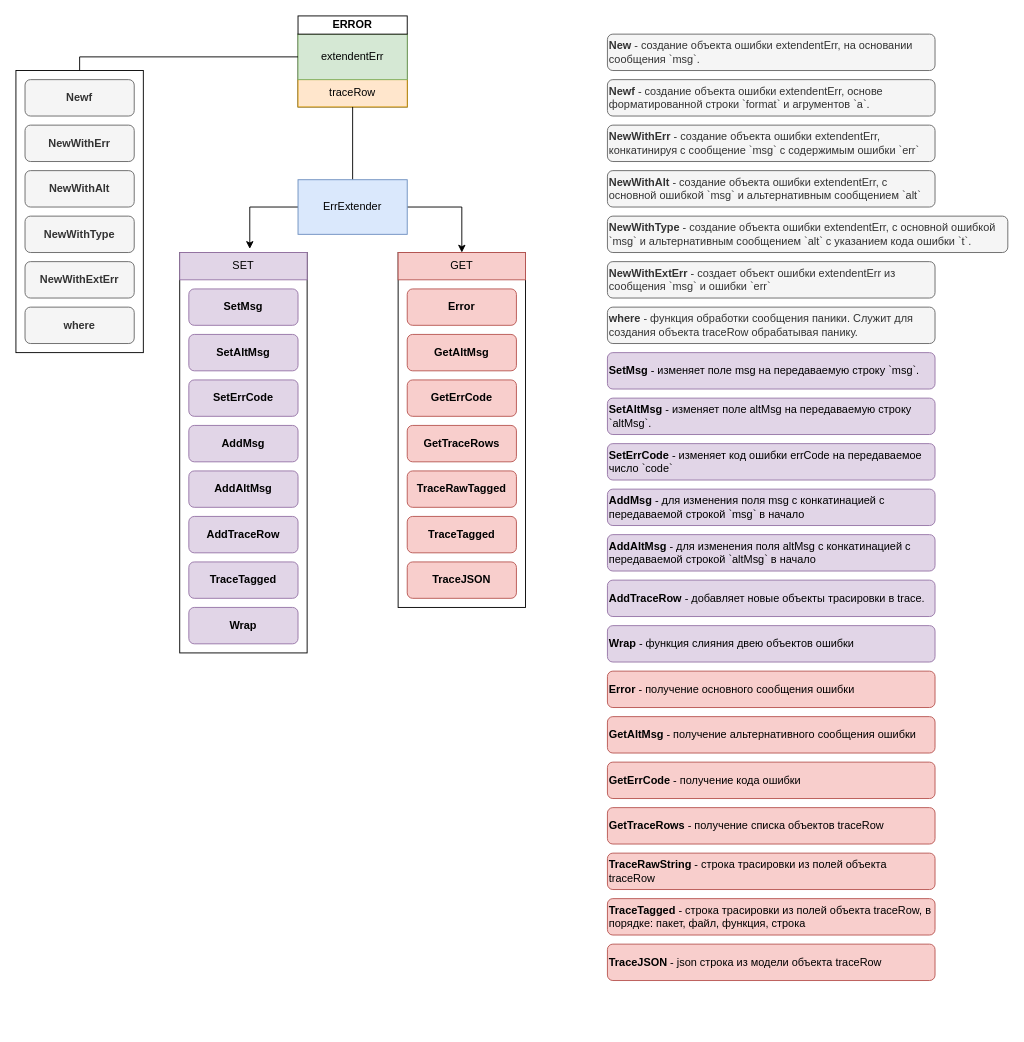
This is doc/Diagram.drawio from alexmolinanasaev/exterr, a draw.io file, before an edit. Source tidied: cells renumbered, new cells numbered last; positions are measured from the earlier drawing's top-left corner, leaving out a move shared by most shapes. Both pictures are drawn from the tidied source at 91%, with x=0, y=0 at pixel (15, 15).
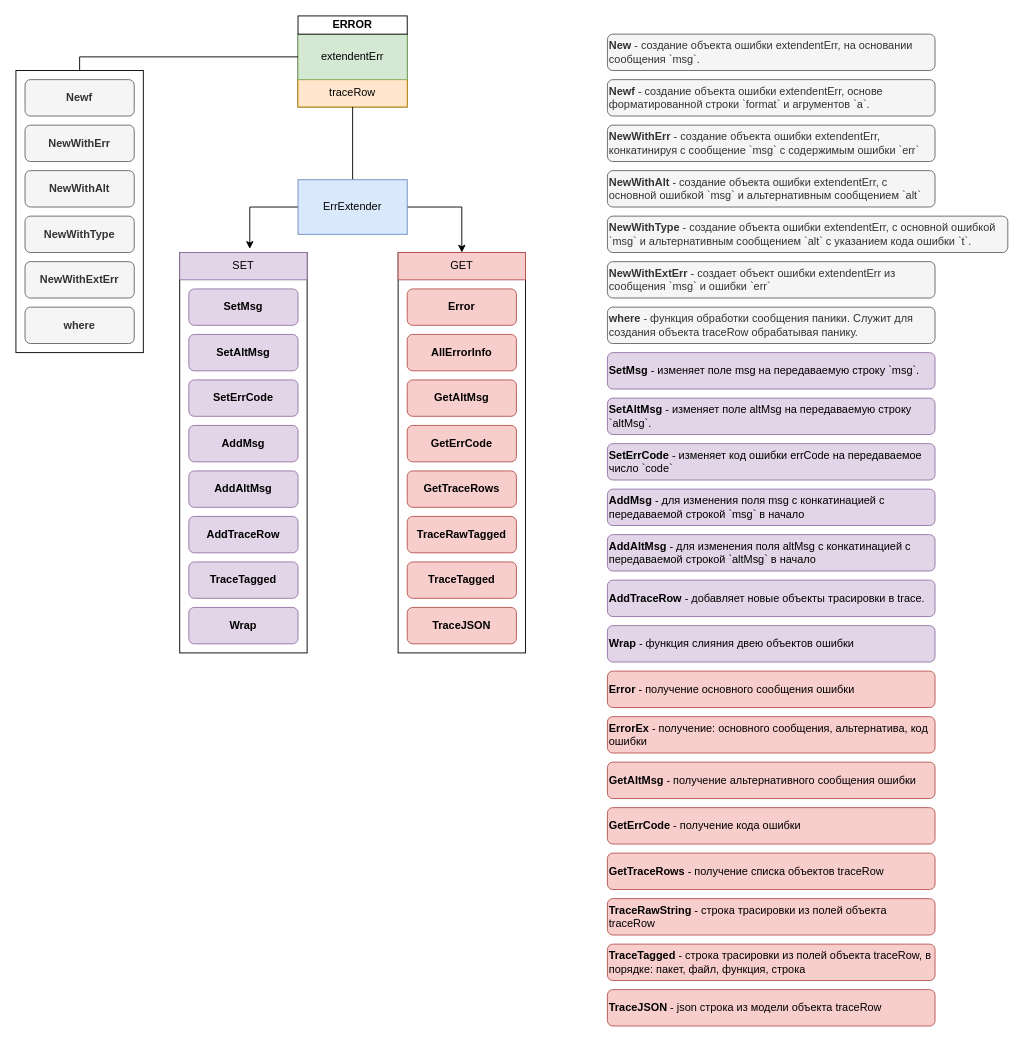
Above is the later version.

What changed in the source:
```diff
@@
     <mxCell id="2" style="rounded=0;whiteSpace=wrap;html=1;" parent="1" vertex="1">
-      <mxGeometry x="420" y="260" width="140" height="390" as="geometry" />
+      <mxGeometry x="420" y="260" width="140" height="440" as="geometry" />
     </mxCell>
@@
     <mxCell id="23" value="GetAltMsg" style="rounded=1;whiteSpace=wrap;html=1;fontStyle=1;fillColor=#f8cecc;strokeColor=#b85450;" parent="1" vertex="1">
-      <mxGeometry x="430" y="350" width="120" height="40" as="geometry" />
+      <mxGeometry x="430" y="400" width="120" height="40" as="geometry" />
     </mxCell>
     <mxCell id="24" value="GetErrCode" style="rounded=1;whiteSpace=wrap;html=1;fontStyle=1;fillColor=#f8cecc;strokeColor=#b85450;" parent="1" vertex="1">
-      <mxGeometry x="430" y="400" width="120" height="40" as="geometry" />
+      <mxGeometry x="430" y="450" width="120" height="40" as="geometry" />
     </mxCell>
     <mxCell id="25" value="GetTraceRows" style="rounded=1;whiteSpace=wrap;html=1;fontStyle=1;fillColor=#f8cecc;strokeColor=#b85450;" parent="1" vertex="1">
-      <mxGeometry x="430" y="450" width="120" height="40" as="geometry" />
+      <mxGeometry x="430" y="500" width="120" height="40" as="geometry" />
     </mxCell>
@@
     <mxCell id="42" value="TraceTagged&lt;span style=&quot;font-weight: normal&quot;&gt;&amp;nbsp;- строка трасировки из полей объекта traceRow, в порядке: пакет, файл, функция, строка&amp;nbsp;&lt;/span&gt;" style="rounded=1;whiteSpace=wrap;html=1;fontStyle=1;fillColor=#f8cecc;strokeColor=#b85450;align=left;" parent="1" vertex="1">
-      <mxGeometry x="650" y="970" width="360" height="40" as="geometry" />
+      <mxGeometry x="650" y="1020" width="360" height="40" as="geometry" />
     </mxCell>
     <mxCell id="43" value="TraceJSON &lt;span style=&quot;font-weight: normal&quot;&gt;- json строка из модели объекта traceRow&lt;/span&gt;" style="rounded=1;whiteSpace=wrap;html=1;fontStyle=1;fillColor=#f8cecc;strokeColor=#b85450;align=left;" parent="1" vertex="1">
-      <mxGeometry x="650" y="1020" width="360" height="40" as="geometry" />
+      <mxGeometry x="650" y="1070" width="360" height="40" as="geometry" />
     </mxCell>
@@
     <mxCell id="46" value="GetAltMsg &lt;span style=&quot;font-weight: normal&quot;&gt;- получение альтернативного сообщения ошибки&lt;/span&gt;" style="rounded=1;whiteSpace=wrap;html=1;fontStyle=1;fillColor=#f8cecc;strokeColor=#b85450;align=left;" parent="1" vertex="1">
-      <mxGeometry x="650" y="770" width="360" height="40" as="geometry" />
+      <mxGeometry x="650" y="820" width="360" height="40" as="geometry" />
     </mxCell>
     <mxCell id="47" value="GetErrCode &lt;span style=&quot;font-weight: normal&quot;&gt;- получение кода ошибки&lt;/span&gt;" style="rounded=1;whiteSpace=wrap;html=1;fontStyle=1;fillColor=#f8cecc;strokeColor=#b85450;align=left;" parent="1" vertex="1">
-      <mxGeometry x="650" y="820" width="360" height="40" as="geometry" />
+      <mxGeometry x="650" y="870" width="360" height="40" as="geometry" />
     </mxCell>
     <mxCell id="48" value="GetTraceRows&lt;span style=&quot;font-weight: normal&quot;&gt;&amp;nbsp;- получение списка объектов traceRow&lt;/span&gt;" style="rounded=1;whiteSpace=wrap;html=1;fontStyle=1;fillColor=#f8cecc;strokeColor=#b85450;align=left;" parent="1" vertex="1">
-      <mxGeometry x="650" y="870" width="360" height="40" as="geometry" />
+      <mxGeometry x="650" y="920" width="360" height="40" as="geometry" />
     </mxCell>
@@
     <mxCell id="51" value="TraceRawString&lt;span style=&quot;font-weight: normal&quot;&gt;&amp;nbsp;- строка трасировки из полей объекта traceRow&lt;/span&gt;" style="rounded=1;whiteSpace=wrap;html=1;fontStyle=1;fillColor=#f8cecc;strokeColor=#b85450;align=left;" parent="1" vertex="1">
-      <mxGeometry x="650" y="920" width="360" height="40" as="geometry" />
+      <mxGeometry x="650" y="970" width="360" height="40" as="geometry" />
     </mxCell>
     <mxCell id="52" value="TraceRawTagged" style="rounded=1;whiteSpace=wrap;html=1;fontStyle=1;fillColor=#f8cecc;strokeColor=#b85450;" parent="1" vertex="1">
-      <mxGeometry x="430" y="500" width="120" height="40" as="geometry" />
+      <mxGeometry x="430" y="550" width="120" height="40" as="geometry" />
     </mxCell>
     <mxCell id="53" value="TraceTagged" style="rounded=1;whiteSpace=wrap;html=1;fontStyle=1;fillColor=#f8cecc;strokeColor=#b85450;" parent="1" vertex="1">
-      <mxGeometry x="430" y="550" width="120" height="40" as="geometry" />
+      <mxGeometry x="430" y="600" width="120" height="40" as="geometry" />
     </mxCell>
     <mxCell id="54" value="TraceJSON" style="rounded=1;whiteSpace=wrap;html=1;fontStyle=1;fillColor=#f8cecc;strokeColor=#b85450;" parent="1" vertex="1">
-      <mxGeometry x="430" y="600" width="120" height="40" as="geometry" />
+      <mxGeometry x="430" y="650" width="120" height="40" as="geometry" />
     </mxCell>
@@
+    <mxCell id="58" value="AllErrorInfo" style="rounded=1;whiteSpace=wrap;html=1;fontStyle=1;fillColor=#f8cecc;strokeColor=#b85450;" parent="1" vertex="1">
+      <mxGeometry x="430" y="350" width="120" height="40" as="geometry" />
+    </mxCell>
+    <mxCell id="59" value="ErrorEx&lt;span style=&quot;font-weight: normal&quot;&gt;&amp;nbsp;- получение: основного сообщения, альтернатива, код ошибки&lt;/span&gt;" style="rounded=1;whiteSpace=wrap;html=1;fontStyle=1;fillColor=#f8cecc;strokeColor=#b85450;align=left;" parent="1" vertex="1">
+      <mxGeometry x="650" y="770" width="360" height="40" as="geometry" />
+    </mxCell>
```
